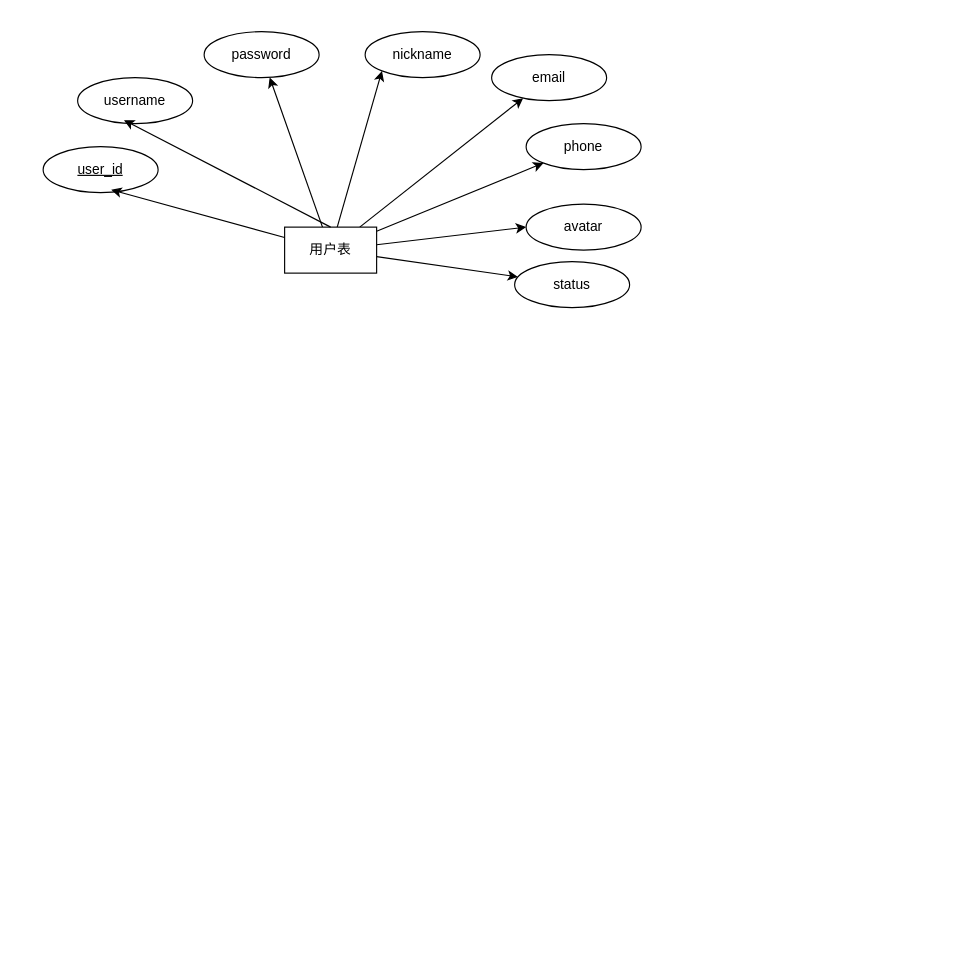
Earlier version of the draw.io diagram 用户管理模块er.drawio (ytrLove/text_repo). Source tidied: cells renumbered, new cells numbered last; positions are measured from the earlier drawing's top-left corner, leaving out a move shared by most shapes. Both pictures are drawn from the tidied source at 115%, with x=0, y=0 at pixel (43, 31).
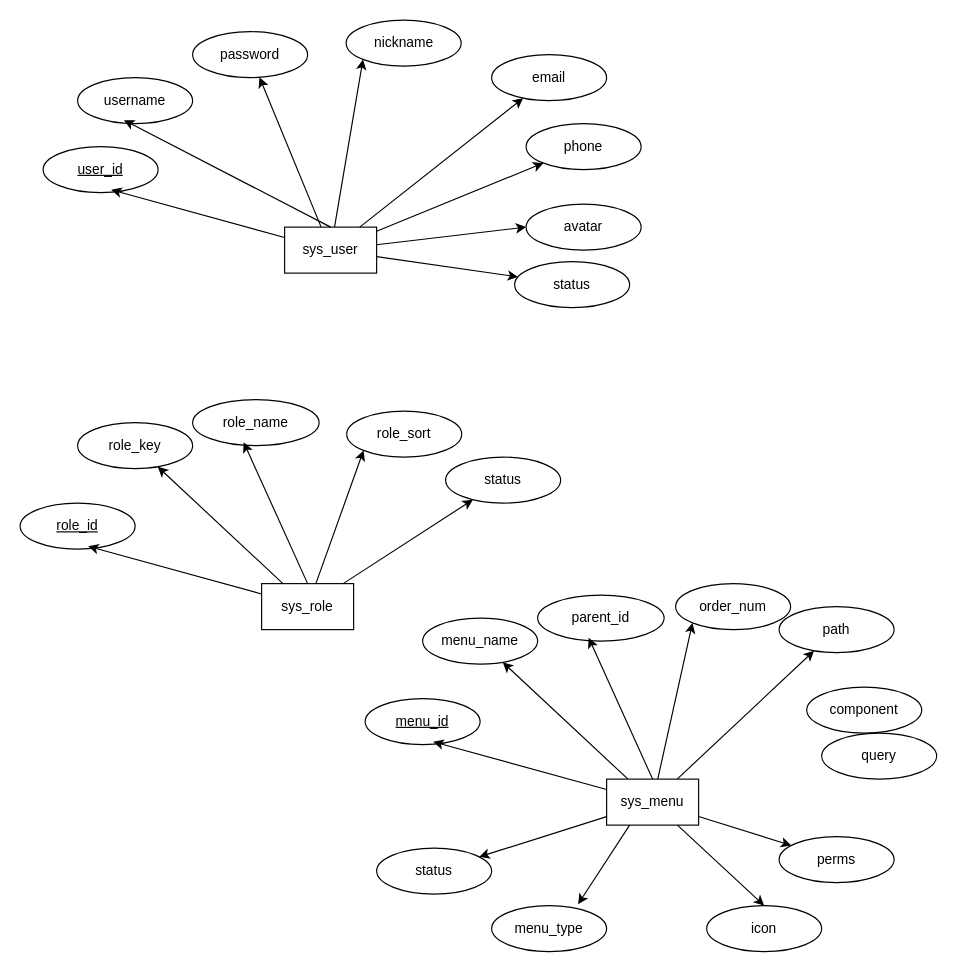
The same page after the edit.

Commit message (it also covers changes not shown here):
Update 用户管理模块er.drawio

Change to the diagram source:
```diff
@@
-    <mxCell id="8" value="用户表" style="whiteSpace=wrap;html=1;align=center;" parent="1" vertex="1">
+    <mxCell id="8" value="sys_user" style="whiteSpace=wrap;html=1;align=center;" parent="1" vertex="1">
       <mxGeometry x="210" y="170" width="80" height="40" as="geometry" />
     </mxCell>
@@
     <mxCell id="13" value="password" style="ellipse;whiteSpace=wrap;html=1;align=center;" parent="1" vertex="1">
-      <mxGeometry x="140" width="100" height="40" as="geometry" />
+      <mxGeometry x="130" width="100" height="40" as="geometry" />
     </mxCell>
@@
     <mxCell id="15" value="nickname" style="ellipse;whiteSpace=wrap;html=1;align=center;" parent="1" vertex="1">
-      <mxGeometry x="280" width="100" height="40" as="geometry" />
+      <mxGeometry x="263.5" y="-10" width="100" height="40" as="geometry" />
     </mxCell>
@@
+    <mxCell id="19" style="edgeStyle=none;rounded=0;jettySize=auto;html=1;" parent="1" edge="1" source="22" target="27">
+      <mxGeometry relative="1" as="geometry" />
+    </mxCell>
+    <mxCell id="20" style="edgeStyle=none;rounded=0;jettySize=auto;html=1;entryX=0;entryY=1;entryDx=0;entryDy=0;" parent="1" edge="1" source="22" target="28">
+      <mxGeometry relative="1" as="geometry" />
+    </mxCell>
+    <mxCell id="21" style="edgeStyle=none;rounded=0;jettySize=auto;html=1;" parent="1" edge="1" source="22" target="29">
+      <mxGeometry relative="1" as="geometry" />
+    </mxCell>
+    <mxCell id="22" value="sys_role" style="whiteSpace=wrap;html=1;align=center;" parent="1" vertex="1">
+      <mxGeometry x="190" y="480" width="80" height="40" as="geometry" />
+    </mxCell>
+    <mxCell id="23" value="role_id" style="ellipse;whiteSpace=wrap;html=1;align=center;fontStyle=4;" parent="1" vertex="1">
+      <mxGeometry x="-20" y="410" width="100" height="40" as="geometry" />
+    </mxCell>
+    <mxCell id="24" value="role_name" style="ellipse;whiteSpace=wrap;html=1;align=center;" parent="1" vertex="1">
+      <mxGeometry x="130" y="320" width="110" height="40" as="geometry" />
+    </mxCell>
+    <mxCell id="25" style="edgeStyle=none;rounded=0;jettySize=auto;html=1;entryX=0.592;entryY=0.939;entryDx=0;entryDy=0;entryPerimeter=0;" parent="1" edge="1" source="22" target="23">
+      <mxGeometry relative="1" as="geometry" />
+    </mxCell>
+    <mxCell id="26" style="edgeStyle=none;rounded=0;jettySize=auto;html=1;exitX=0.5;exitY=0;exitDx=0;exitDy=0;entryX=0.403;entryY=0.925;entryDx=0;entryDy=0;entryPerimeter=0;" parent="1" edge="1" source="22" target="24">
+      <mxGeometry relative="1" as="geometry" />
+    </mxCell>
+    <mxCell id="27" value="role_key" style="ellipse;whiteSpace=wrap;html=1;align=center;" parent="1" vertex="1">
+      <mxGeometry x="30" y="340" width="100" height="40" as="geometry" />
+    </mxCell>
+    <mxCell id="28" value="role_sort" style="ellipse;whiteSpace=wrap;html=1;align=center;" parent="1" vertex="1">
+      <mxGeometry x="264" y="330" width="100" height="40" as="geometry" />
+    </mxCell>
+    <mxCell id="29" value="status" style="ellipse;whiteSpace=wrap;html=1;align=center;" parent="1" vertex="1">
+      <mxGeometry x="350" y="370" width="100" height="40" as="geometry" />
+    </mxCell>
+    <mxCell id="30" style="edgeStyle=none;rounded=0;jettySize=auto;html=1;" parent="1" edge="1" source="36" target="41">
+      <mxGeometry relative="1" as="geometry" />
+    </mxCell>
+    <mxCell id="31" style="edgeStyle=none;rounded=0;jettySize=auto;html=1;entryX=0;entryY=1;entryDx=0;entryDy=0;" parent="1" edge="1" source="36" target="42">
+      <mxGeometry relative="1" as="geometry" />
+    </mxCell>
+    <mxCell id="32" style="edgeStyle=none;rounded=0;jettySize=auto;html=1;" parent="1" edge="1" source="36" target="43">
+      <mxGeometry relative="1" as="geometry" />
+    </mxCell>
+    <mxCell id="33" style="edgeStyle=none;rounded=0;jettySize=auto;html=1;entryX=0.5;entryY=0;entryDx=0;entryDy=0;" parent="1" edge="1" source="36" target="47">
+      <mxGeometry relative="1" as="geometry" />
+    </mxCell>
+    <mxCell id="34" style="edgeStyle=none;rounded=0;jettySize=auto;html=1;" parent="1" edge="1" source="36" target="46">
+      <mxGeometry relative="1" as="geometry" />
+    </mxCell>
+    <mxCell id="35" style="edgeStyle=none;rounded=0;jettySize=auto;html=1;" parent="1" edge="1" source="36" target="50">
+      <mxGeometry relative="1" as="geometry" />
+    </mxCell>
+    <mxCell id="36" value="sys_menu" style="whiteSpace=wrap;html=1;align=center;" parent="1" vertex="1">
+      <mxGeometry x="490" y="650" width="80" height="40" as="geometry" />
+    </mxCell>
+    <mxCell id="37" value="menu_id" style="ellipse;whiteSpace=wrap;html=1;align=center;fontStyle=4;" parent="1" vertex="1">
+      <mxGeometry x="280" y="580" width="100" height="40" as="geometry" />
+    </mxCell>
+    <mxCell id="38" value="parent_id" style="ellipse;whiteSpace=wrap;html=1;align=center;" parent="1" vertex="1">
+      <mxGeometry x="430" y="490" width="110" height="40" as="geometry" />
+    </mxCell>
+    <mxCell id="39" style="edgeStyle=none;rounded=0;jettySize=auto;html=1;entryX=0.592;entryY=0.939;entryDx=0;entryDy=0;entryPerimeter=0;" parent="1" edge="1" source="36" target="37">
+      <mxGeometry relative="1" as="geometry" />
+    </mxCell>
+    <mxCell id="40" style="edgeStyle=none;rounded=0;jettySize=auto;html=1;exitX=0.5;exitY=0;exitDx=0;exitDy=0;entryX=0.403;entryY=0.925;entryDx=0;entryDy=0;entryPerimeter=0;" parent="1" edge="1" source="36" target="38">
+      <mxGeometry relative="1" as="geometry" />
+    </mxCell>
+    <mxCell id="41" value="menu_name" style="ellipse;whiteSpace=wrap;html=1;align=center;" parent="1" vertex="1">
+      <mxGeometry x="330" y="510" width="100" height="40" as="geometry" />
+    </mxCell>
+    <mxCell id="42" value="order_num" style="ellipse;whiteSpace=wrap;html=1;align=center;" parent="1" vertex="1">
+      <mxGeometry x="550" y="480" width="100" height="40" as="geometry" />
+    </mxCell>
+    <mxCell id="43" value="path" style="ellipse;whiteSpace=wrap;html=1;align=center;" parent="1" vertex="1">
+      <mxGeometry x="640" y="500" width="100" height="40" as="geometry" />
+    </mxCell>
+    <mxCell id="44" value="component" style="ellipse;whiteSpace=wrap;html=1;align=center;" parent="1" vertex="1">
+      <mxGeometry x="664" y="570" width="100" height="40" as="geometry" />
+    </mxCell>
+    <mxCell id="45" value="query" style="ellipse;whiteSpace=wrap;html=1;align=center;" parent="1" vertex="1">
+      <mxGeometry x="677" y="610" width="100" height="40" as="geometry" />
+    </mxCell>
+    <mxCell id="46" value="perms" style="ellipse;whiteSpace=wrap;html=1;align=center;" parent="1" vertex="1">
+      <mxGeometry x="640" y="700" width="100" height="40" as="geometry" />
+    </mxCell>
+    <mxCell id="47" value="icon" style="ellipse;whiteSpace=wrap;html=1;align=center;" parent="1" vertex="1">
+      <mxGeometry x="577" y="760" width="100" height="40" as="geometry" />
+    </mxCell>
+    <mxCell id="48" value="menu_type" style="ellipse;whiteSpace=wrap;html=1;align=center;" parent="1" vertex="1">
+      <mxGeometry x="390" y="760" width="100" height="40" as="geometry" />
+    </mxCell>
+    <mxCell id="49" style="edgeStyle=none;rounded=0;jettySize=auto;html=1;exitX=0.25;exitY=1;exitDx=0;exitDy=0;entryX=0.752;entryY=-0.031;entryDx=0;entryDy=0;entryPerimeter=0;" parent="1" edge="1" source="36" target="48">
+      <mxGeometry relative="1" as="geometry" />
+    </mxCell>
+    <mxCell id="50" value="status" style="ellipse;whiteSpace=wrap;html=1;align=center;" parent="1" vertex="1">
+      <mxGeometry x="290" y="710" width="100" height="40" as="geometry" />
+    </mxCell>
```
